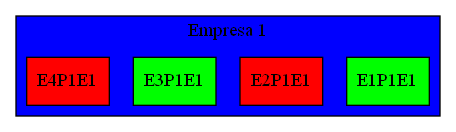
aldomoreira165/IPC2_Proyecto2_202109754 keeps this Graphviz diagram as graphviz.png. Above is the earlier version. Its source is kept beside it as graphviz.dot. Its diagram source:
```dot
digraph L{
    node[shape=box, fillcolor="RED" style=filled]
    subgraph cluster_p{
       label = "Empresa 1"
        bgcolor = "BLUE"
        edge[dir = both]
        Fila1[label="E1P1E1", group =1, fillcolor=GREEN];
        Fila2[label="E2P1E1", group =1, fillcolor=RED];
        Fila3[label="E3P1E1", group =1, fillcolor=GREEN];
        Fila4[label="E4P1E1", group =1, fillcolor=RED];
    }
}
```
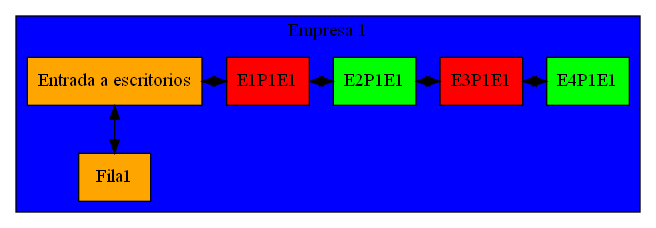
After the change.

Commit message:
mostrando escritorios y clientes en cola graphviz

What changed in the source:
```diff
@@ -1,12 +1,19 @@
 digraph L{
-    node[shape=box, fillcolor="RED" style=filled]
+    node[shape=box, fillcolor="ORANGE" style=filled]
     subgraph cluster_p{
        label = "Empresa 1"
         bgcolor = "BLUE"
+        raiz[label = "Entrada a escritorios"]
         edge[dir = both]
-        Fila1[label="E1P1E1", group =1, fillcolor=GREEN];
-        Fila2[label="E2P1E1", group =1, fillcolor=RED];
-        Fila3[label="E3P1E1", group =1, fillcolor=GREEN];
-        Fila4[label="E4P1E1", group =1, fillcolor=RED];
+        Columna1[label="E1P1E1", group =2, fillcolor=RED];
+        Columna2[label="E2P1E1", group =3, fillcolor=GREEN];
+        Columna3[label="E3P1E1", group =4, fillcolor=RED];
+        Columna4[label="E4P1E1", group =5, fillcolor=GREEN];
+       Columna1->Columna2;
+       Columna2->Columna3;
+       Columna3->Columna4;
+        raiz->Fila1;
+        raiz->Columna1;
+        {rank=same;raiz;Columna1;Columna2;Columna3;Columna4}
     }
 }
```
